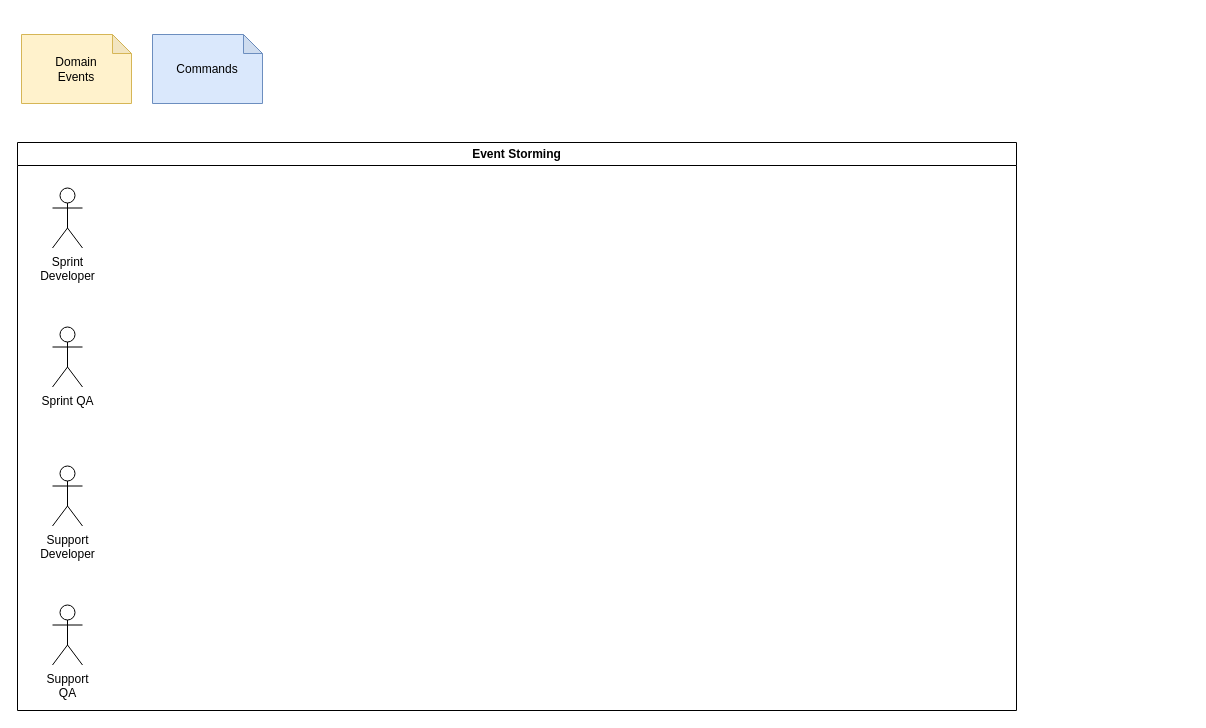
Before: release-manager.drawio in higorrg/release-manager, a draw.io diagram. Source tidied: cells renumbered, new cells numbered last; positions are measured from the earlier drawing's top-left corner, leaving out a move shared by most shapes. Both pictures are drawn from the tidied source at 100%, with x=0, y=0 at pixel (17, 34).
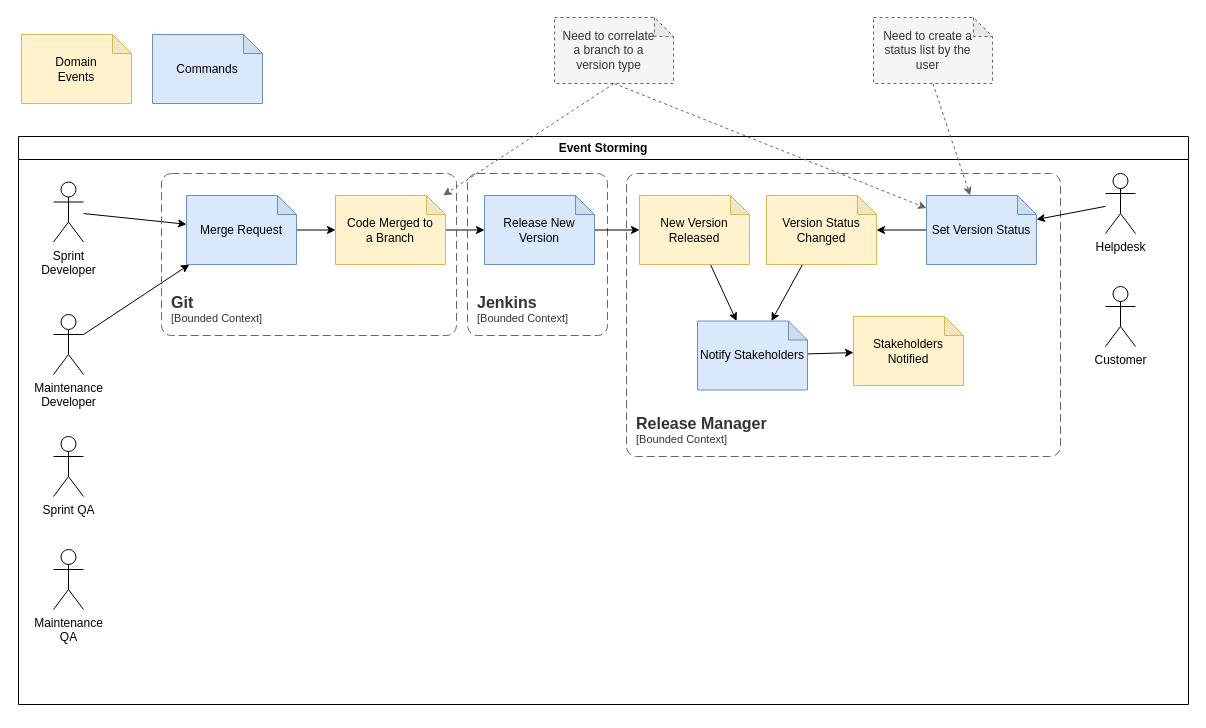
Above is the later version.

Unchanged cells that the change refers to:
```xml
<mxCell id="3" value="Sprint&lt;br&gt;Developer" style="shape=umlActor;verticalLabelPosition=bottom;verticalAlign=top;html=1;outlineConnect=0;" parent="2" vertex="1">
  <mxGeometry x="35" y="45.5" width="30" height="60" as="geometry" />
</mxCell>
```

What changed in the source:
```diff
@@
     <mxCell id="2" value="Event Storming" style="swimlane;whiteSpace=wrap;html=1;" parent="1" vertex="1">
-      <mxGeometry y="108" width="999" height="568" as="geometry" />
+      <mxGeometry x="1" y="102" width="1170" height="568" as="geometry" />
     </mxCell>
+    <mxCell id="9" style="rounded=0;jettySize=auto;html=1;" parent="2" edge="1" source="3" target="15">
+      <mxGeometry relative="1" as="geometry" />
+    </mxCell>
@@
     <mxCell id="4" value="Sprint QA" style="shape=umlActor;verticalLabelPosition=bottom;verticalAlign=top;html=1;" parent="2" vertex="1">
-      <mxGeometry x="35" y="184.5" width="30" height="60" as="geometry" />
+      <mxGeometry x="35" y="300" width="30" height="60" as="geometry" />
     </mxCell>
+    <mxCell id="10" style="edgeStyle=none;shape=connector;rounded=0;jettySize=auto;html=1;labelBackgroundColor=default;strokeColor=default;align=center;verticalAlign=middle;fontFamily=Helvetica;fontSize=11;fontColor=default;endArrow=classic;" parent="2" edge="1" source="5" target="15">
+      <mxGeometry relative="1" as="geometry" />
+    </mxCell>
-    <mxCell id="5" value="Support&lt;br&gt;Developer" style="shape=umlActor;verticalLabelPosition=bottom;verticalAlign=top;html=1;outlineConnect=0;" parent="2" vertex="1">
-      <mxGeometry x="35" y="323.5" width="30" height="60" as="geometry" />
+    <mxCell id="5" value="Maintenance&lt;br&gt;Developer" style="shape=umlActor;verticalLabelPosition=bottom;verticalAlign=top;html=1;outlineConnect=0;" parent="2" vertex="1">
+      <mxGeometry x="35" y="178" width="30" height="60" as="geometry" />
     </mxCell>
-    <mxCell id="6" value="Support&lt;br&gt;QA" style="shape=umlActor;verticalLabelPosition=bottom;verticalAlign=top;html=1;" parent="2" vertex="1">
-      <mxGeometry x="35" y="462.5" width="30" height="60" as="geometry" />
+    <mxCell id="6" value="Maintenance&lt;br&gt;QA" style="shape=umlActor;verticalLabelPosition=bottom;verticalAlign=top;html=1;" parent="2" vertex="1">
+      <mxGeometry x="35" y="413" width="30" height="60" as="geometry" />
     </mxCell>
+    <mxCell id="11" style="edgeStyle=none;shape=connector;rounded=0;jettySize=auto;html=1;labelBackgroundColor=default;strokeColor=default;align=center;verticalAlign=middle;fontFamily=Helvetica;fontSize=11;fontColor=default;endArrow=classic;" parent="2" edge="1" source="12" target="17">
+      <mxGeometry relative="1" as="geometry" />
+    </mxCell>
+    <mxCell id="12" value="Code Merged to&lt;br&gt;a Branch" style="shape=note;whiteSpace=wrap;html=1;backgroundOutline=1;darkOpacity=0.05;size=19;fillColor=#fff2cc;strokeColor=#d6b656;" parent="2" vertex="1">
+      <mxGeometry x="317" y="59" width="110" height="69" as="geometry" />
+    </mxCell>
+    <object id="13" label="&lt;font style=&quot;font-size: 16px&quot;&gt;&lt;b&gt;&lt;div style=&quot;text-align: left&quot;&gt;%c4Name%&lt;/div&gt;&lt;/b&gt;&lt;/font&gt;&lt;div style=&quot;text-align: left&quot;&gt;[%c4Application%]&lt;/div&gt;" c4Application="Bounded Context" c4Name="Jenkins" placeholders="1">
+      <mxCell style="rounded=1;fontSize=11;whiteSpace=wrap;html=1;dashed=1;arcSize=20;fillColor=none;strokeColor=#666666;fontColor=#333333;labelBackgroundColor=none;align=left;verticalAlign=bottom;labelBorderColor=none;spacingTop=0;spacing=10;dashPattern=8 4;perimeter=rectanglePerimeter;noLabel=0;labelPadding=0;absoluteArcSize=1;" parent="2" vertex="1">
+        <mxGeometry x="449" y="37" width="140" height="162" as="geometry" />
+      </mxCell>
+    </object>
+    <mxCell id="14" style="edgeStyle=none;shape=connector;rounded=0;jettySize=auto;html=1;labelBackgroundColor=default;strokeColor=default;align=center;verticalAlign=middle;fontFamily=Helvetica;fontSize=11;fontColor=default;endArrow=classic;" parent="2" edge="1" source="15" target="12">
+      <mxGeometry relative="1" as="geometry" />
+    </mxCell>
+    <mxCell id="15" value="Merge Request" style="shape=note;whiteSpace=wrap;html=1;backgroundOutline=1;darkOpacity=0.05;size=19;fillColor=#dae8fc;strokeColor=#6c8ebf;" parent="2" vertex="1">
+      <mxGeometry x="168" y="59" width="110" height="69" as="geometry" />
+    </mxCell>
+    <mxCell id="16" style="edgeStyle=none;shape=connector;rounded=0;jettySize=auto;html=1;labelBackgroundColor=default;strokeColor=default;align=center;verticalAlign=middle;fontFamily=Helvetica;fontSize=11;fontColor=default;endArrow=classic;" parent="2" edge="1" source="17" target="28">
+      <mxGeometry relative="1" as="geometry" />
+    </mxCell>
+    <mxCell id="17" value="Release New Version" style="shape=note;whiteSpace=wrap;html=1;backgroundOutline=1;darkOpacity=0.05;size=19;fillColor=#dae8fc;strokeColor=#6c8ebf;" parent="2" vertex="1">
+      <mxGeometry x="466" y="59" width="110" height="69" as="geometry" />
+    </mxCell>
+    <object id="18" label="&lt;font style=&quot;font-size: 16px&quot;&gt;&lt;b&gt;&lt;div style=&quot;text-align: left&quot;&gt;%c4Name%&lt;/div&gt;&lt;/b&gt;&lt;/font&gt;&lt;div style=&quot;text-align: left&quot;&gt;[%c4Application%]&lt;/div&gt;" c4Application="Bounded Context" c4Name="Git" placeholders="1">
+      <mxCell style="rounded=1;fontSize=11;whiteSpace=wrap;html=1;dashed=1;arcSize=20;fillColor=none;strokeColor=#666666;fontColor=#333333;labelBackgroundColor=none;align=left;verticalAlign=bottom;labelBorderColor=none;spacingTop=0;spacing=10;dashPattern=8 4;perimeter=rectanglePerimeter;noLabel=0;labelPadding=0;absoluteArcSize=1;" parent="2" vertex="1">
+        <mxGeometry x="143" y="37" width="295" height="162" as="geometry" />
+      </mxCell>
+    </object>
+    <object id="19" label="&lt;font style=&quot;font-size: 16px&quot;&gt;&lt;b&gt;&lt;div style=&quot;text-align: left&quot;&gt;%c4Name%&lt;/div&gt;&lt;/b&gt;&lt;/font&gt;&lt;div style=&quot;text-align: left&quot;&gt;[%c4Application%]&lt;/div&gt;" c4Application="Bounded Context" c4Name="Release Manager" placeholders="1">
+      <mxCell style="rounded=1;fontSize=11;whiteSpace=wrap;html=1;dashed=1;arcSize=20;fillColor=none;strokeColor=#666666;fontColor=#333333;labelBackgroundColor=none;align=left;verticalAlign=bottom;labelBorderColor=none;spacingTop=0;spacing=10;dashPattern=8 4;perimeter=rectanglePerimeter;noLabel=0;labelPadding=0;absoluteArcSize=1;" parent="2" vertex="1">
+        <mxGeometry x="608" y="37" width="434" height="283" as="geometry" />
+      </mxCell>
+    </object>
+    <mxCell id="20" style="edgeStyle=none;shape=connector;rounded=0;jettySize=auto;html=1;labelBackgroundColor=default;strokeColor=default;align=center;verticalAlign=middle;fontFamily=Helvetica;fontSize=11;fontColor=default;endArrow=classic;" parent="2" edge="1" source="21" target="26">
+      <mxGeometry relative="1" as="geometry" />
+    </mxCell>
+    <mxCell id="21" value="Helpdesk" style="shape=umlActor;verticalLabelPosition=bottom;verticalAlign=top;html=1;outlineConnect=0;" parent="2" vertex="1">
+      <mxGeometry x="1087" y="37" width="30" height="60" as="geometry" />
+    </mxCell>
+    <mxCell id="22" value="Customer" style="shape=umlActor;verticalLabelPosition=bottom;verticalAlign=top;html=1;" parent="2" vertex="1">
+      <mxGeometry x="1087" y="150" width="30" height="60" as="geometry" />
+    </mxCell>
+    <mxCell id="23" style="edgeStyle=none;shape=connector;rounded=0;jettySize=auto;html=1;labelBackgroundColor=default;strokeColor=default;align=center;verticalAlign=middle;fontFamily=Helvetica;fontSize=11;fontColor=default;endArrow=classic;" parent="2" edge="1" source="24" target="30">
+      <mxGeometry relative="1" as="geometry" />
+    </mxCell>
+    <mxCell id="24" value="Version Status Changed" style="shape=note;whiteSpace=wrap;html=1;backgroundOutline=1;darkOpacity=0.05;size=19;fillColor=#fff2cc;strokeColor=#d6b656;" parent="2" vertex="1">
+      <mxGeometry x="748" y="59" width="110" height="69" as="geometry" />
+    </mxCell>
+    <mxCell id="25" style="edgeStyle=none;shape=connector;rounded=0;jettySize=auto;html=1;labelBackgroundColor=default;strokeColor=default;align=center;verticalAlign=middle;fontFamily=Helvetica;fontSize=11;fontColor=default;endArrow=classic;" parent="2" edge="1" source="26" target="24">
+      <mxGeometry relative="1" as="geometry" />
+    </mxCell>
+    <mxCell id="26" value="Set Version Status" style="shape=note;whiteSpace=wrap;html=1;backgroundOutline=1;darkOpacity=0.05;size=19;fillColor=#dae8fc;strokeColor=#6c8ebf;" parent="2" vertex="1">
+      <mxGeometry x="908" y="59" width="110" height="69" as="geometry" />
+    </mxCell>
+    <mxCell id="27" style="edgeStyle=none;shape=connector;rounded=0;jettySize=auto;html=1;labelBackgroundColor=default;strokeColor=default;align=center;verticalAlign=middle;fontFamily=Helvetica;fontSize=11;fontColor=default;endArrow=classic;" parent="2" edge="1" source="28" target="30">
+      <mxGeometry relative="1" as="geometry" />
+    </mxCell>
+    <mxCell id="28" value="New Version Released" style="shape=note;whiteSpace=wrap;html=1;backgroundOutline=1;darkOpacity=0.05;size=19;fillColor=#fff2cc;strokeColor=#d6b656;" parent="2" vertex="1">
+      <mxGeometry x="621" y="59" width="110" height="69" as="geometry" />
+    </mxCell>
+    <mxCell id="29" style="edgeStyle=none;shape=connector;rounded=0;jettySize=auto;html=1;labelBackgroundColor=default;strokeColor=default;align=center;verticalAlign=middle;fontFamily=Helvetica;fontSize=11;fontColor=default;endArrow=classic;" parent="2" edge="1" source="30" target="31">
+      <mxGeometry relative="1" as="geometry" />
+    </mxCell>
+    <mxCell id="30" value="Notify Stakeholders" style="shape=note;whiteSpace=wrap;html=1;backgroundOutline=1;darkOpacity=0.05;size=19;fillColor=#dae8fc;strokeColor=#6c8ebf;" parent="2" vertex="1">
+      <mxGeometry x="679" y="184.5" width="110" height="69" as="geometry" />
+    </mxCell>
+    <mxCell id="31" value="Stakeholders&lt;br&gt;Notified" style="shape=note;whiteSpace=wrap;html=1;backgroundOutline=1;darkOpacity=0.05;size=19;fillColor=#fff2cc;strokeColor=#d6b656;" parent="2" vertex="1">
+      <mxGeometry x="835" y="180" width="110" height="69" as="geometry" />
+    </mxCell>
@@
+    <mxCell id="32" style="edgeStyle=none;shape=connector;rounded=0;jettySize=auto;html=1;exitX=0.5;exitY=1;exitDx=0;exitDy=0;exitPerimeter=0;labelBackgroundColor=default;strokeColor=#666666;align=center;verticalAlign=middle;fontFamily=Helvetica;fontSize=11;fontColor=default;endArrow=classic;dashed=1;fillColor=#f5f5f5;" parent="1" edge="1" source="34" target="26">
+      <mxGeometry relative="1" as="geometry" />
+    </mxCell>
+    <mxCell id="33" style="edgeStyle=none;shape=connector;rounded=0;jettySize=auto;html=1;exitX=0.5;exitY=1;exitDx=0;exitDy=0;exitPerimeter=0;labelBackgroundColor=default;strokeColor=#666666;align=center;verticalAlign=middle;fontFamily=Helvetica;fontSize=11;fontColor=default;endArrow=classic;dashed=1;fillColor=#f5f5f5;" parent="1" edge="1" source="34" target="12">
+      <mxGeometry relative="1" as="geometry" />
+    </mxCell>
+    <mxCell id="34" value="Need to correlate a branch to a version type" style="shape=note;whiteSpace=wrap;html=1;backgroundOutline=1;darkOpacity=0.05;size=19;fillColor=#f5f5f5;strokeColor=#666666;fontColor=#333333;dashed=1;spacing=2;spacingRight=15;spacingLeft=5;" parent="1" vertex="1">
+      <mxGeometry x="537" y="-17" width="119" height="66" as="geometry" />
+    </mxCell>
+    <mxCell id="35" style="edgeStyle=none;shape=connector;rounded=0;jettySize=auto;html=1;exitX=0.5;exitY=1;exitDx=0;exitDy=0;exitPerimeter=0;labelBackgroundColor=default;strokeColor=#666666;align=center;verticalAlign=middle;fontFamily=Helvetica;fontSize=11;fontColor=default;endArrow=classic;fillColor=#f5f5f5;dashed=1;" parent="1" edge="1" source="36" target="26">
+      <mxGeometry relative="1" as="geometry" />
+    </mxCell>
+    <mxCell id="36" value="Need to create a status list by the user" style="shape=note;whiteSpace=wrap;html=1;backgroundOutline=1;darkOpacity=0.05;size=19;fillColor=#f5f5f5;strokeColor=#666666;fontColor=#333333;dashed=1;spacing=2;spacingRight=15;spacingLeft=5;" parent="1" vertex="1">
+      <mxGeometry x="856" y="-17" width="119" height="66" as="geometry" />
+    </mxCell>
```
